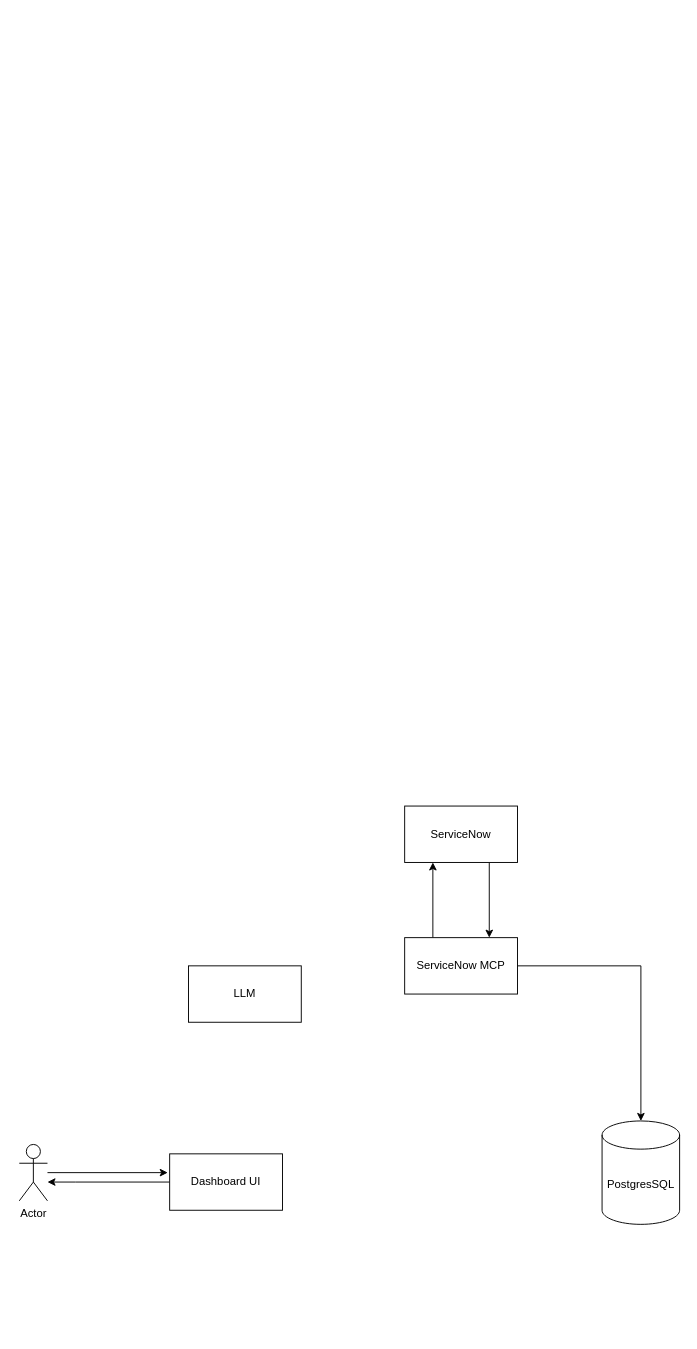
The draw.io diagram diagrams/Architecture_diagram.drawio in Soba101/captivating-sunstone, before the edit. Source tidied: cells renumbered, new cells numbered last; positions are measured from the earlier drawing's top-left corner, leaving out a move shared by most shapes. Both pictures are drawn from the tidied source at 94%, with x=0, y=0 at pixel (19, 806).
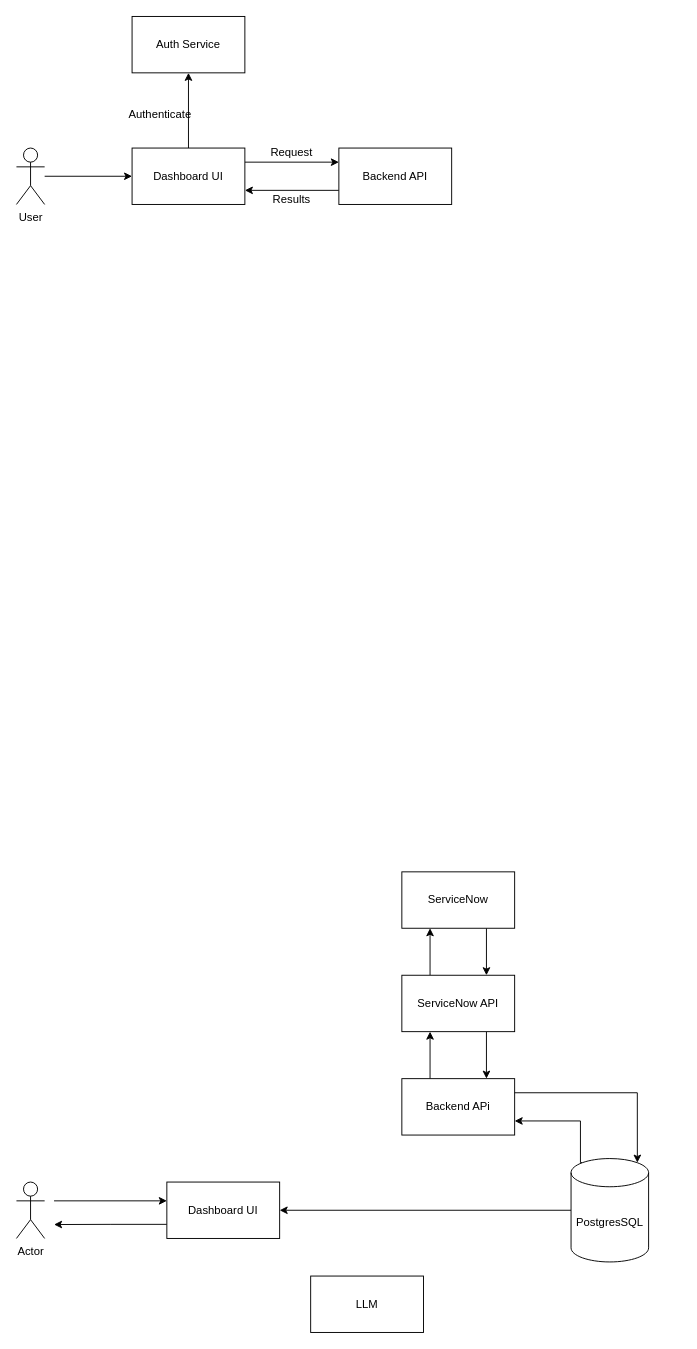
Above is the later version.

What changed in the source:
```diff
@@
     <mxCell id="2" value="Actor" style="shape=umlActor;verticalLabelPosition=bottom;verticalAlign=top;html=1;outlineConnect=0;" parent="1" vertex="1">
-      <mxGeometry y="360" width="30" height="60" as="geometry" />
+      <mxGeometry x="-3" y="400" width="30" height="60" as="geometry" />
     </mxCell>
-    <mxCell id="3" style="edgeStyle=orthogonalEdgeStyle;rounded=0;jettySize=auto;html=1;" parent="1" edge="1" source="4" target="2">
-      <mxGeometry relative="1" as="geometry">
-        <Array as="points">
-          <mxPoint x="60" y="400" />
-          <mxPoint x="60" y="400" />
-        </Array>
-      </mxGeometry>
-    </mxCell>
+    <mxCell id="13" style="edgeStyle=orthogonalEdgeStyle;rounded=0;jettySize=auto;html=1;exitX=0;exitY=0.75;exitDx=0;exitDy=0;" parent="1" edge="1" source="4">
+      <mxGeometry relative="1" as="geometry">
+        <mxPoint x="37" y="445.2" as="targetPoint" />
+      </mxGeometry>
+    </mxCell>
     <mxCell id="4" value="Dashboard UI" style="rounded=0;whiteSpace=wrap;html=1;" parent="1" vertex="1">
-      <mxGeometry x="160" y="370" width="120" height="60" as="geometry" />
+      <mxGeometry x="157" y="400" width="120" height="60" as="geometry" />
     </mxCell>
-    <mxCell id="5" style="edgeStyle=orthogonalEdgeStyle;rounded=0;jettySize=auto;html=1;entryX=-0.017;entryY=0.333;entryDx=0;entryDy=0;entryPerimeter=0;" parent="1" edge="1" source="2" target="4">
-      <mxGeometry relative="1" as="geometry" />
-    </mxCell>
     <mxCell id="6" value="LLM" style="rounded=0;whiteSpace=wrap;html=1;" parent="1" vertex="1">
-      <mxGeometry x="180" y="170" width="120" height="60" as="geometry" />
+      <mxGeometry x="310" y="500" width="120" height="60" as="geometry" />
     </mxCell>
@@
     <mxCell id="8" value="ServiceNow" style="rounded=0;whiteSpace=wrap;html=1;" parent="1" vertex="1">
-      <mxGeometry x="410" width="120" height="60" as="geometry" />
+      <mxGeometry x="407" y="70" width="120" height="60" as="geometry" />
     </mxCell>
@@
-    <mxCell id="10" style="edgeStyle=orthogonalEdgeStyle;rounded=0;jettySize=auto;html=1;" parent="1" edge="1" source="11" target="12">
-      <mxGeometry relative="1" as="geometry" />
-    </mxCell>
+    <mxCell id="14" style="edgeStyle=orthogonalEdgeStyle;rounded=0;jettySize=auto;html=1;exitX=0.75;exitY=1;exitDx=0;exitDy=0;entryX=0.75;entryY=0;entryDx=0;entryDy=0;" parent="1" edge="1" source="11" target="18">
+      <mxGeometry relative="1" as="geometry" />
+    </mxCell>
-    <mxCell id="11" value="ServiceNow MCP" style="rounded=0;whiteSpace=wrap;html=1;" parent="1" vertex="1">
-      <mxGeometry x="410" y="140" width="120" height="60" as="geometry" />
+    <mxCell id="11" value="ServiceNow API" style="rounded=0;whiteSpace=wrap;html=1;" parent="1" vertex="1">
+      <mxGeometry x="407" y="180" width="120" height="60" as="geometry" />
     </mxCell>
+    <mxCell id="15" style="edgeStyle=orthogonalEdgeStyle;rounded=0;jettySize=auto;html=1;" parent="1" edge="1" source="12" target="4">
+      <mxGeometry relative="1" as="geometry" />
+    </mxCell>
+    <mxCell id="16" style="edgeStyle=orthogonalEdgeStyle;rounded=0;jettySize=auto;html=1;exitX=0.145;exitY=0;exitDx=0;exitDy=4.35;exitPerimeter=0;entryX=1;entryY=0.75;entryDx=0;entryDy=0;" parent="1" edge="1" source="12" target="18">
+      <mxGeometry relative="1" as="geometry">
+        <Array as="points">
+          <mxPoint x="597" y="379" />
+          <mxPoint x="597" y="335" />
+        </Array>
+      </mxGeometry>
+    </mxCell>
     <mxCell id="12" value="PostgresSQL" style="shape=cylinder3;whiteSpace=wrap;html=1;boundedLbl=1;backgroundOutline=1;size=15;" parent="1" vertex="1">
-      <mxGeometry x="620" y="335" width="82.5" height="110" as="geometry" />
+      <mxGeometry x="587" y="375" width="82.5" height="110" as="geometry" />
     </mxCell>
+    <mxCell id="17" style="edgeStyle=orthogonalEdgeStyle;rounded=0;jettySize=auto;html=1;exitX=0.25;exitY=0;exitDx=0;exitDy=0;entryX=0.25;entryY=1;entryDx=0;entryDy=0;" parent="1" edge="1" source="18" target="11">
+      <mxGeometry relative="1" as="geometry" />
+    </mxCell>
+    <mxCell id="18" value="Backend APi" style="rounded=0;whiteSpace=wrap;html=1;" parent="1" vertex="1">
+      <mxGeometry x="407" y="290" width="120" height="60" as="geometry" />
+    </mxCell>
+    <mxCell id="19" style="edgeStyle=orthogonalEdgeStyle;rounded=0;jettySize=auto;html=1;exitX=1;exitY=0.25;exitDx=0;exitDy=0;entryX=0.855;entryY=0;entryDx=0;entryDy=4.35;entryPerimeter=0;" parent="1" edge="1" source="18" target="12">
+      <mxGeometry relative="1" as="geometry" />
+    </mxCell>
+    <mxCell id="20" style="edgeStyle=orthogonalEdgeStyle;rounded=0;orthogonalLoop=1;jettySize=auto;html=1;exitX=0;exitY=0.75;exitDx=0;exitDy=0;" parent="1" edge="1">
+      <mxGeometry relative="1" as="geometry">
+        <mxPoint x="37" y="420" as="sourcePoint" />
+        <mxPoint x="157" y="420" as="targetPoint" />
+      </mxGeometry>
+    </mxCell>
+    <mxCell id="21" style="edgeStyle=orthogonalEdgeStyle;rounded=0;jettySize=auto;html=1;exitX=1;exitY=0.25;exitDx=0;exitDy=0;entryX=0;entryY=0.25;entryDx=0;entryDy=0;" parent="1" edge="1" source="23" target="27">
+      <mxGeometry relative="1" as="geometry" />
+    </mxCell>
+    <mxCell id="22" style="edgeStyle=orthogonalEdgeStyle;rounded=0;jettySize=auto;html=1;" parent="1" edge="1" source="23" target="30">
+      <mxGeometry relative="1" as="geometry" />
+    </mxCell>
+    <mxCell id="23" value="Dashboard UI" style="whiteSpace=wrap;html=1;" parent="1" vertex="1">
+      <mxGeometry x="120" y="-700" width="120" height="60" as="geometry" />
+    </mxCell>
+    <mxCell id="24" style="edgeStyle=orthogonalEdgeStyle;rounded=0;jettySize=auto;html=1;" parent="1" edge="1" source="25" target="23">
+      <mxGeometry relative="1" as="geometry" />
+    </mxCell>
+    <mxCell id="25" value="User" style="shape=umlActor;verticalLabelPosition=bottom;verticalAlign=top;html=1;outlineConnect=0;" parent="1" vertex="1">
+      <mxGeometry x="-3" y="-700" width="30" height="60" as="geometry" />
+    </mxCell>
+    <mxCell id="26" style="edgeStyle=orthogonalEdgeStyle;rounded=0;jettySize=auto;html=1;exitX=0;exitY=0.75;exitDx=0;exitDy=0;entryX=1;entryY=0.75;entryDx=0;entryDy=0;" parent="1" edge="1" source="27" target="23">
+      <mxGeometry relative="1" as="geometry" />
+    </mxCell>
+    <mxCell id="27" value="Backend API" style="rounded=0;whiteSpace=wrap;html=1;" parent="1" vertex="1">
+      <mxGeometry x="340" y="-700" width="120" height="60" as="geometry" />
+    </mxCell>
+    <mxCell id="28" value="Request" style="text;html=1;whiteSpace=wrap;strokeColor=none;fillColor=none;align=center;verticalAlign=middle;rounded=0;" parent="1" vertex="1">
+      <mxGeometry x="260" y="-710" width="60" height="30" as="geometry" />
+    </mxCell>
+    <mxCell id="29" value="Results" style="text;html=1;whiteSpace=wrap;strokeColor=none;fillColor=none;align=center;verticalAlign=middle;rounded=0;" parent="1" vertex="1">
+      <mxGeometry x="260" y="-660" width="60" height="30" as="geometry" />
+    </mxCell>
+    <mxCell id="30" value="Auth Service" style="whiteSpace=wrap;html=1;" parent="1" vertex="1">
+      <mxGeometry x="120" y="-840" width="120" height="60" as="geometry" />
+    </mxCell>
+    <mxCell id="31" value="Authenticate" style="text;html=1;whiteSpace=wrap;strokeColor=none;fillColor=none;align=center;verticalAlign=middle;rounded=0;" parent="1" vertex="1">
+      <mxGeometry x="120" y="-750" width="60" height="30" as="geometry" />
+    </mxCell>
```
